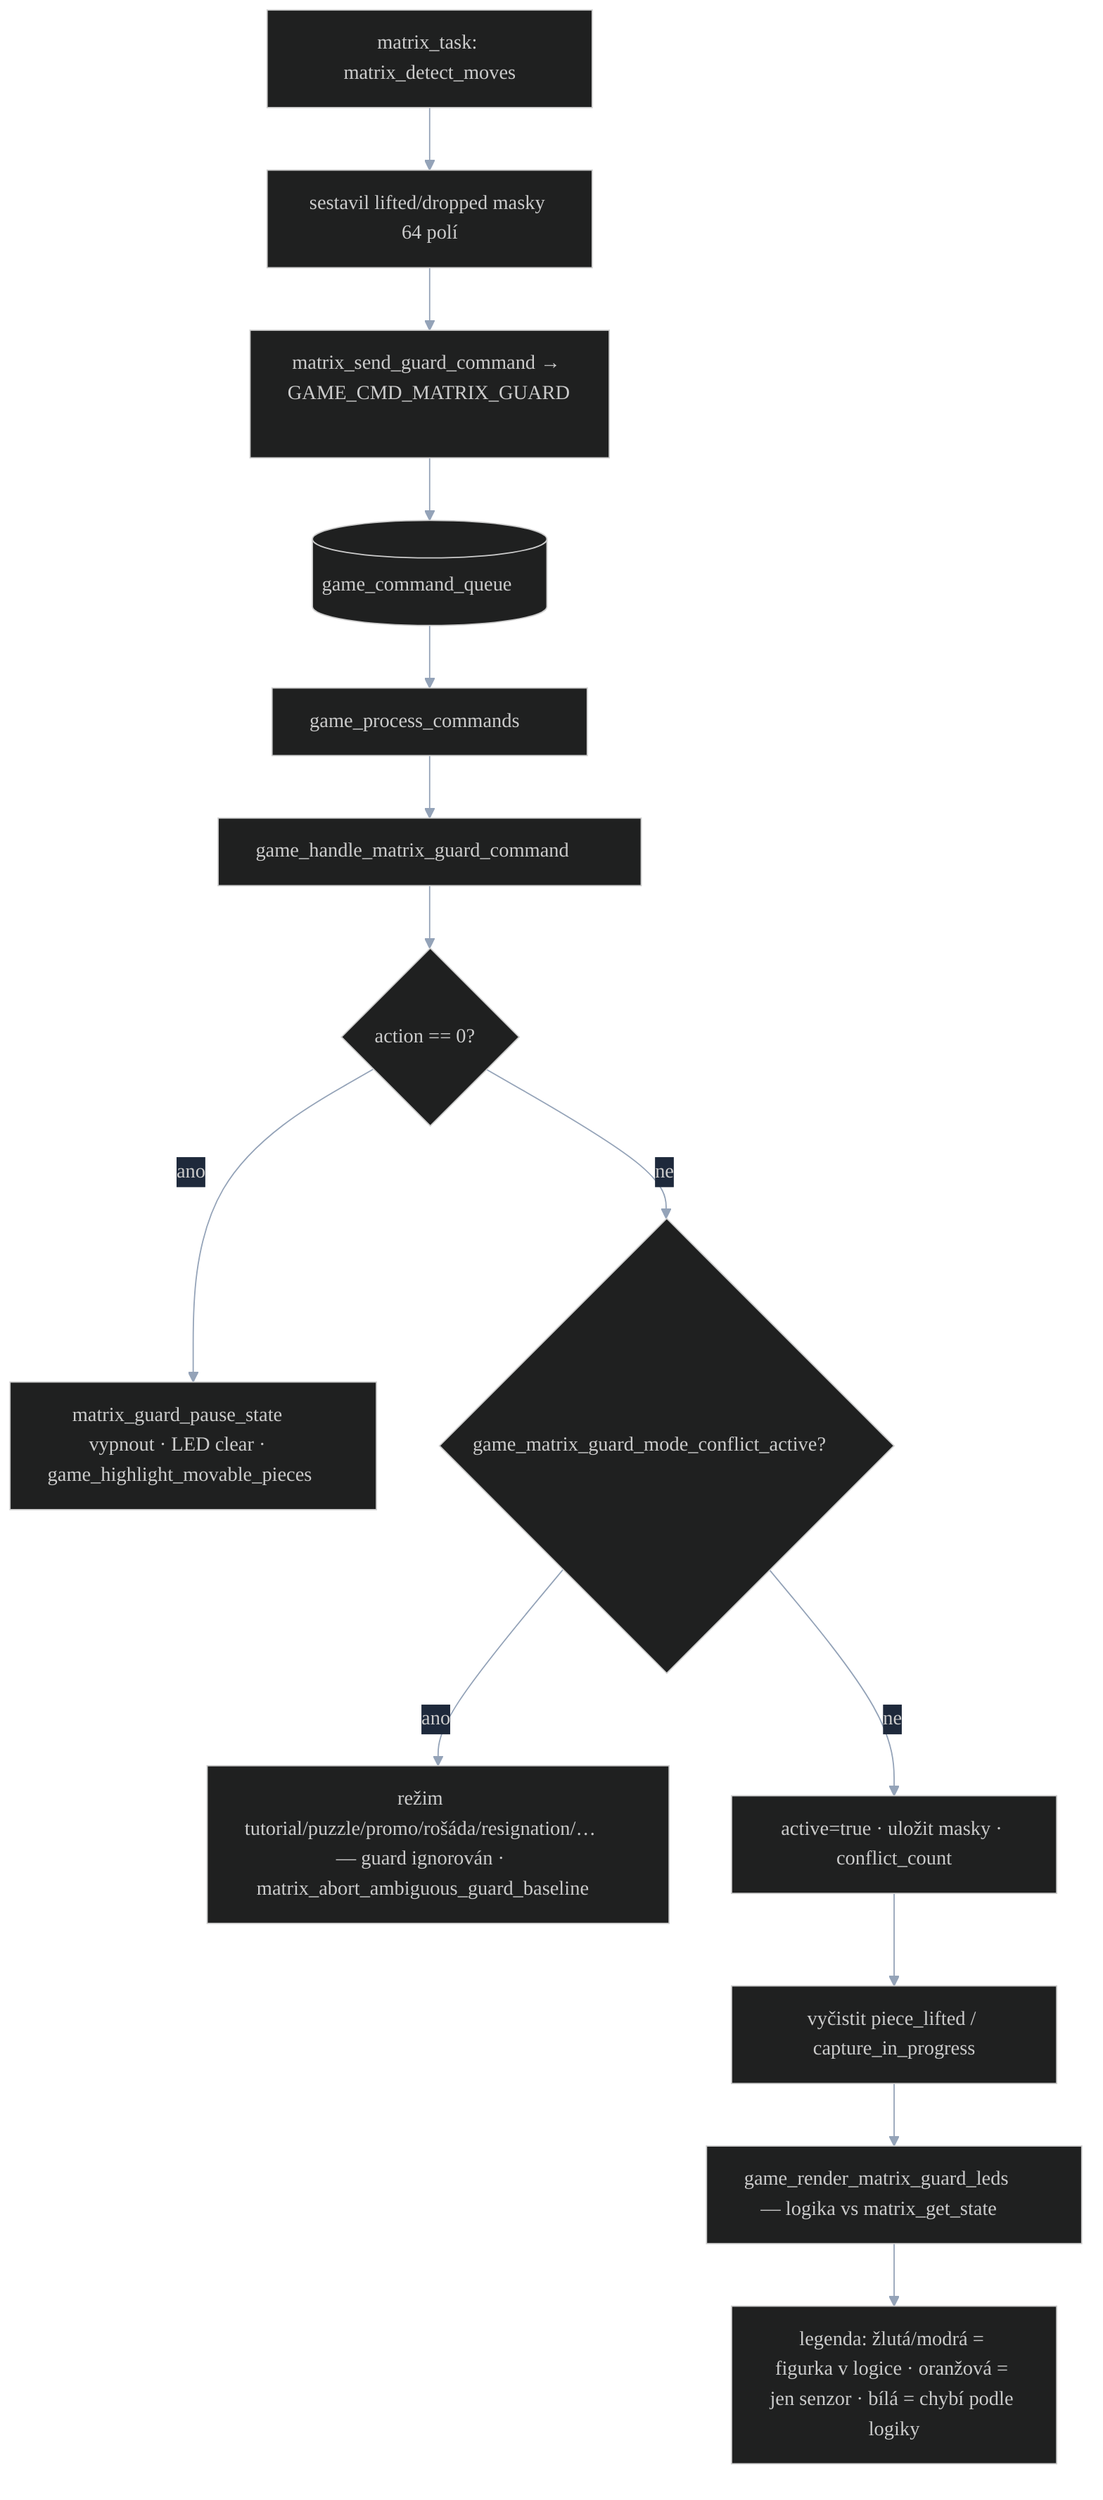
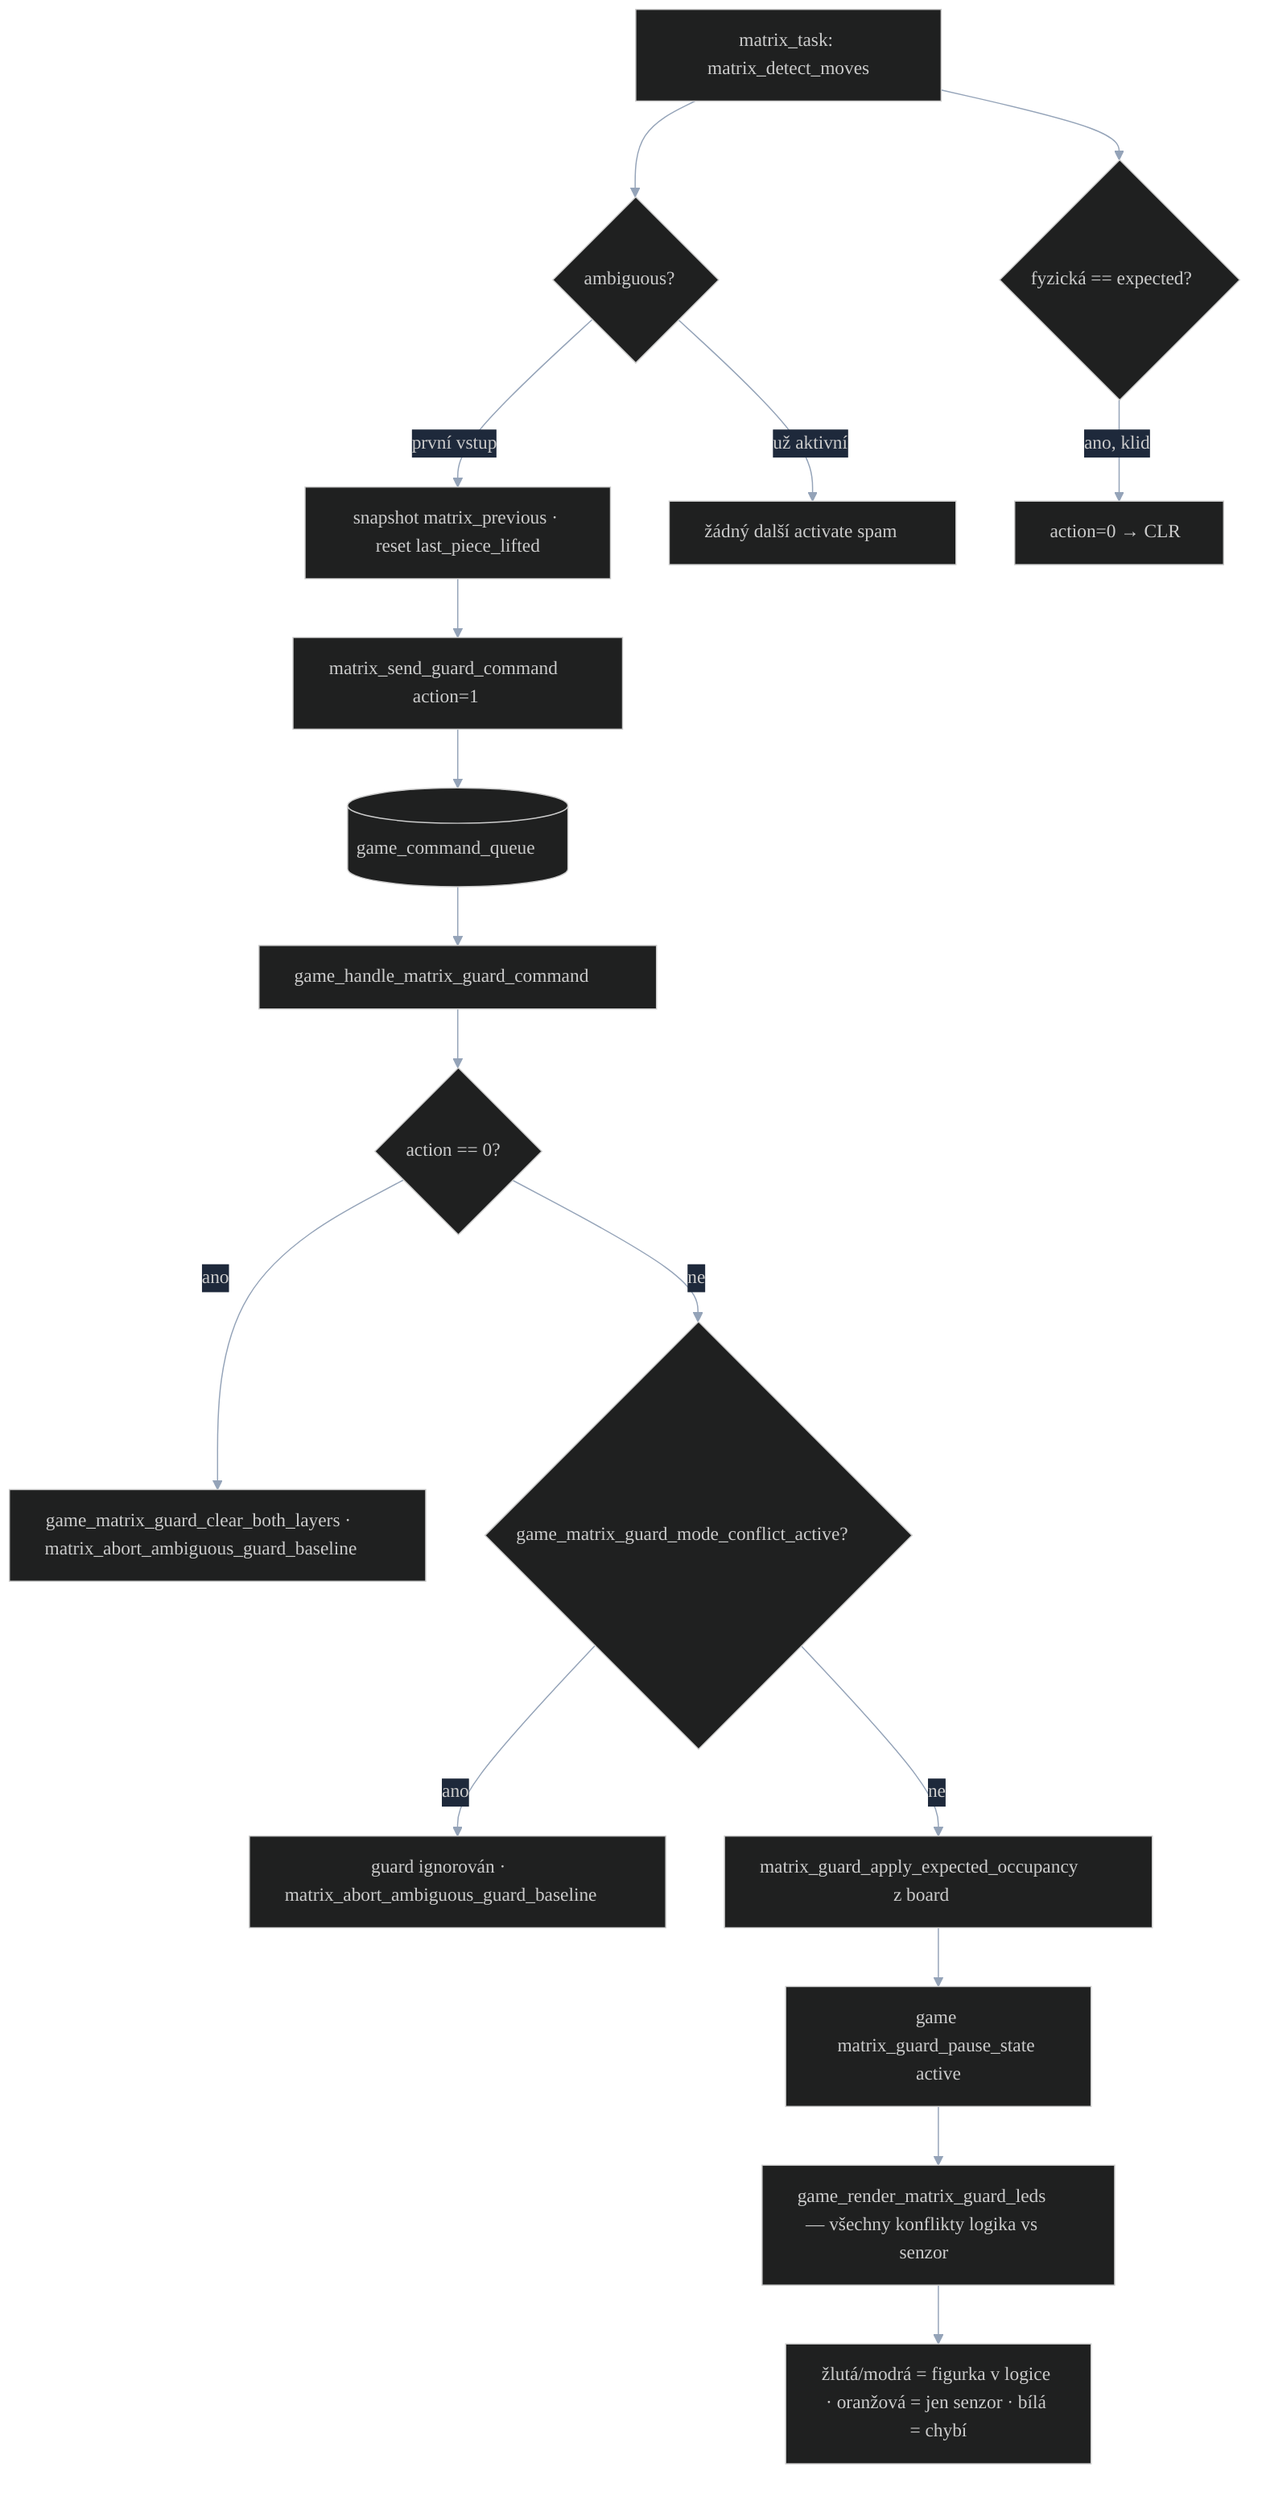
- %% Matrix guard — rozpor fyzické matice vs logická deska
+ %% Matrix guard — rozpor fyzické matice vs logická deska (sync obou vrstev)
%%{init: {'theme':'dark','themeVariables':{'fontFamily':'system-ui,sans-serif','clusterBkg':'#0f172a','clusterBorder':'#334155','lineColor':'#94a3b8','primaryTextColor':'#f1f5f9','edgeLabelBackground':'#1e293b','titleColor':'#f8fafc'}}}%%
flowchart TD
-   MT[matrix_task: matrix_detect_moves] --> M[sestavil lifted/dropped masky 64 polí]
-   M --> SEND[matrix_send_guard_command → GAME_CMD_MATRIX_GUARD]
+   MT[matrix_task: matrix_detect_moves] --> AMB{ambiguous?}
+   AMB -->|první vstup| SNAP[snapshot matrix_previous · reset last_piece_lifted]
+   SNAP --> SEND[matrix_send_guard_command action=1]
+   AMB -->|už aktivní| HOLD[žádný další activate spam]
  SEND --> GQ[(game_command_queue)]
-   GQ --> PC[game_process_commands]
-   PC --> H[game_handle_matrix_guard_command]
+   GQ --> H[game_handle_matrix_guard_command]

-   H --> A{action == 0?}
-   A -->|ano| CLR[matrix_guard_pause_state vypnout · LED clear · game_highlight_movable_pieces]
-   A -->|ne| CON{game_matrix_guard_mode_conflict_active?}
+   H --> A0{action == 0?}
+   A0 -->|ano| CLR[game_matrix_guard_clear_both_layers · matrix_abort_ambiguous_guard_baseline]
+   A0 -->|ne| CON{game_matrix_guard_mode_conflict_active?}

-   CON -->|ano| IGN[režim tutorial/puzzle/promo/rošáda/resignation/… — guard ignorován · matrix_abort_ambiguous_guard_baseline]
-   CON -->|ne| ACT[active=true · uložit masky · conflict_count]
-   ACT --> FZ[vyčistit piece_lifted / capture_in_progress]
-   FZ --> LED[game_render_matrix_guard_leds — logika vs matrix_get_state]
+   CON -->|ano| IGN[guard ignorován · matrix_abort_ambiguous_guard_baseline]
+   CON -->|ne| SYNC[matrix_guard_apply_expected_occupancy z board]
+   SYNC --> ACT[game matrix_guard_pause_state active]
+   ACT --> LED[game_render_matrix_guard_leds — všechny konflikty logika vs senzor]

-   LED --> LEG[legenda: žlutá/modrá = figurka v logice · oranžová = jen senzor · bílá = chybí podle logiky]
+   LED --> LEG[žlutá/modrá = figurka v logice · oranžová = jen senzor · bílá = chybí]
+   MT --> CLR2{fyzická == expected?}
+   CLR2 -->|ano, klid| SEND0[action=0 → CLR]
